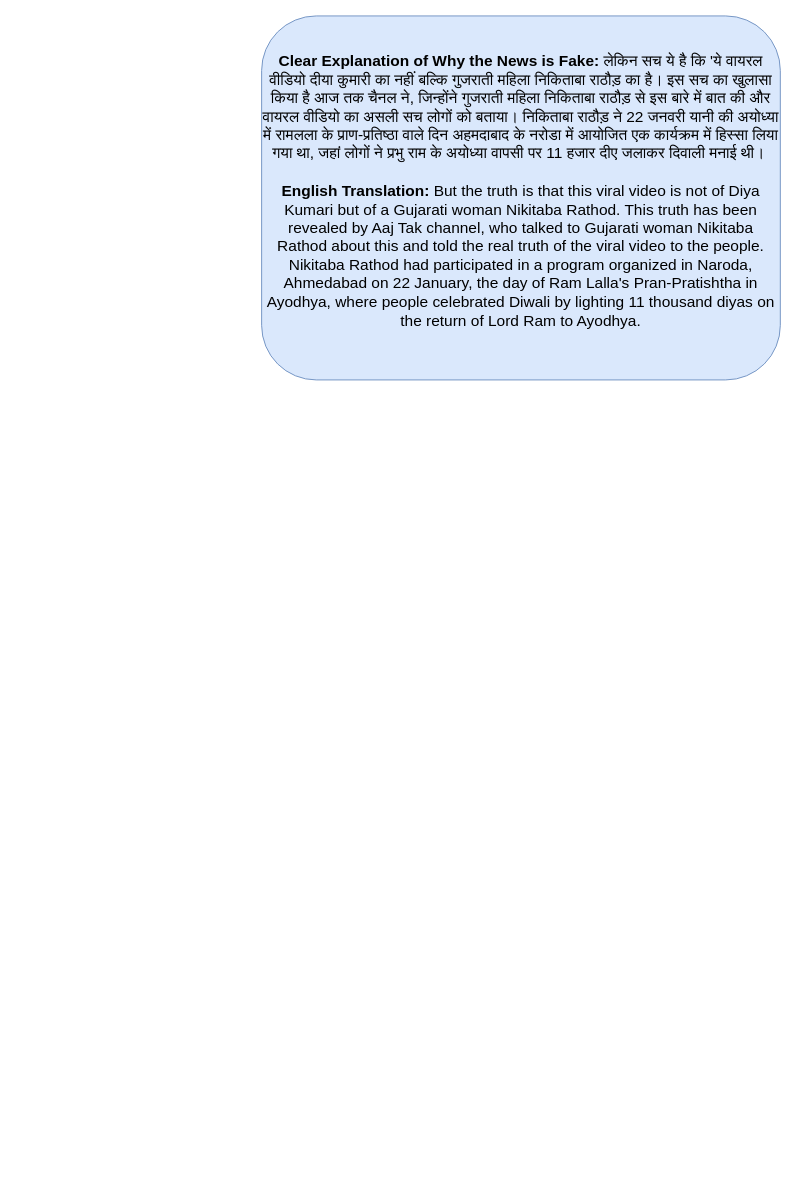
The draw.io diagram page "Copy of Page-2" (4 of 8) of HINDI-DPO.drawio in pulkit48/VQA, before the edit. Source tidied: cells renumbered, new cells numbered last; positions are measured from the earlier drawing's top-left corner, leaving out a move shared by most shapes. Both pictures are drawn from the tidied source at 91%, with x=0, y=0 at pixel (261, 15).
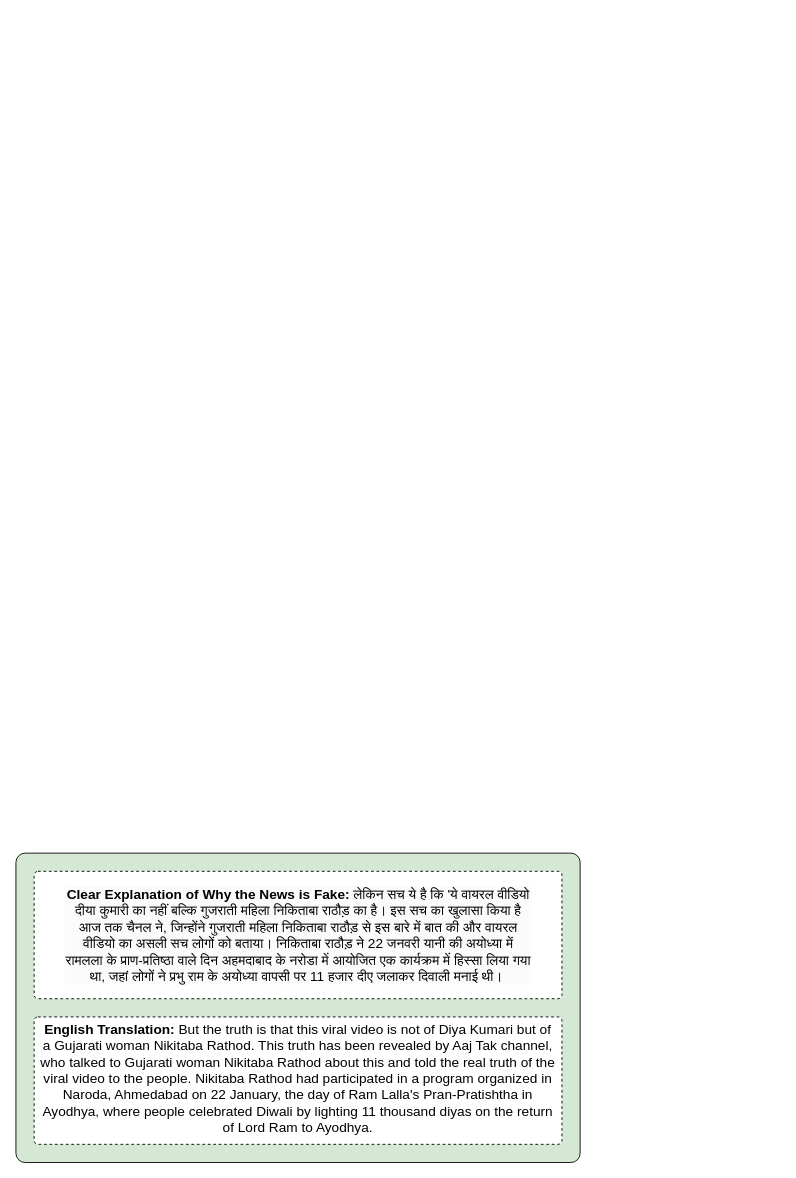
The same page after the edit.

Change to the diagram source:
```diff
@@
 <mxGraphModel>
   <root>
     <mxCell id="0" />
     <mxCell id="1" parent="0" />
-    <mxCell id="2" value="&lt;div&gt;&lt;span style=&quot;background-color: initial; font-size: 17px;&quot;&gt;&lt;b&gt;Clear Explanation of Why the News is Fake:&amp;nbsp;&lt;/b&gt;&lt;/span&gt;&lt;span style=&quot;font-size: 17px; background-color: initial;&quot;&gt;लेकिन सच ये है कि 'ये वायरल वीडियो दीया कुमारी का नहीं बल्कि गुजराती महिला निकिताबा राठौड़ का है। इस सच का खुलासा किया है आज तक चैनल ने, जिन्होंने गुजराती महिला निकिताबा राठौड़ से इस बारे में बात की और वायरल वीडियो का असली सच लोगों को बताया। निकिताबा राठौड़ ने 22 जनवरी यानी की अयोध्या में रामलला के प्राण-प्रतिष्ठा वाले दिन अहमदाबाद के नरोडा में आयोजित एक कार्यक्रम में हिस्सा लिया गया था, जहां लोगों ने प्रभु राम के अयोध्या वापसी पर 11 हजार दीए जलाकर दिवाली मनाई थी।&amp;nbsp;&lt;/span&gt;&lt;/div&gt;&lt;div&gt;&lt;span style=&quot;font-size: 17px; background-color: initial;&quot;&gt;&lt;br&gt;&lt;/span&gt;&lt;/div&gt;&lt;div&gt;&lt;span style=&quot;font-size: 17px; background-color: initial;&quot;&gt;&lt;b&gt;English Translation:&amp;nbsp;&lt;/b&gt;&lt;/span&gt;&lt;span style=&quot;background-color: initial; font-size: 17px;&quot;&gt;But the truth is that this viral video is not of Diya Kumari but of a Gujarati woman Nikitaba Rathod. This truth has been revealed by Aaj Tak channel, who talked to Gujarati woman Nikitaba Rathod about this and told the real truth of the viral video to the people. Nikitaba Rathod had participated in a program organized in Naroda, Ahmedabad on 22 January, the day of Ram Lalla's Pran-Pratishtha in Ayodhya, where people celebrated Diwali by lighting 11 thousand diyas on the return of Lord Ram to Ayodhya.&lt;/span&gt;&lt;/div&gt;&lt;div&gt;&lt;br&gt;&lt;/div&gt;" style="rounded=1;whiteSpace=wrap;html=1;fillColor=#dae8fc;strokeColor=#6c8ebf;" parent="1" vertex="1">
-      <mxGeometry width="570" height="400" as="geometry" />
-    </mxCell>
+    <mxCell id="3" style="rounded=1;whiteSpace=wrap;html=1;arcSize=3;fillColor=#d5e8d4;strokeColor=#080808;strokeOpacity=100;" parent="1" vertex="1">
+      <mxGeometry x="-270" y="920" width="620" height="340" as="geometry" />
+    </mxCell>
+    <mxCell id="4" style="rounded=1;whiteSpace=wrap;html=1;arcSize=3;dashed=1;strokeOpacity=100;" parent="1" vertex="1">
+      <mxGeometry x="-250" y="940" width="580" height="140" as="geometry" />
+    </mxCell>
+    <mxCell id="5" style="rounded=1;whiteSpace=wrap;html=1;arcSize=3;dashed=1;" parent="1" vertex="1">
+      <mxGeometry x="-250" y="1100" width="580" height="140" as="geometry" />
+    </mxCell>
+    <mxCell id="6" value="&#10;&lt;div style=&quot;forced-color-adjust: none; color: rgb(0, 0, 0); font-family: Helvetica; font-size: 12px; font-style: normal; font-variant-ligatures: normal; font-variant-caps: normal; font-weight: 400; letter-spacing: normal; orphans: 2; text-align: center; text-indent: 0px; text-transform: none; widows: 2; word-spacing: 0px; -webkit-text-stroke-width: 0px; white-space: normal; background-color: rgb(251, 251, 251); text-decoration-thickness: initial; text-decoration-style: initial; text-decoration-color: initial;&quot;&gt;&lt;font style=&quot;forced-color-adjust: none; font-size: 15px;&quot;&gt;&lt;span style=&quot;forced-color-adjust: none; background-color: initial;&quot;&gt;&lt;b style=&quot;forced-color-adjust: none;&quot;&gt;Clear Explanation of Why the News is Fake:&amp;nbsp;&lt;/b&gt;&lt;/span&gt;&lt;span style=&quot;forced-color-adjust: none; background-color: initial;&quot;&gt;लेकिन सच ये है कि 'ये वायरल वीडियो दीया कुमारी का नहीं बल्कि गुजराती महिला निकिताबा राठौड़ का है। इस सच का खुलासा किया है आज तक चैनल ने, जिन्होंने गुजराती महिला निकिताबा राठौड़ से इस बारे में बात की और वायरल वीडियो का असली सच लोगों को बताया। निकिताबा राठौड़ ने 22 जनवरी यानी की अयोध्या में रामलला के प्राण-प्रतिष्ठा वाले दिन अहमदाबाद के नरोडा में आयोजित एक कार्यक्रम में हिस्सा लिया गया था, जहां लोगों ने प्रभु राम के अयोध्या वापसी पर 11 हजार दीए जलाकर दिवाली मनाई थी।&amp;nbsp;&lt;/span&gt;&lt;/font&gt;&lt;/div&gt;&lt;br class=&quot;Apple-interchange-newline&quot;&gt;&#10;&#10;" style="text;html=1;align=center;verticalAlign=middle;whiteSpace=wrap;rounded=0;" parent="1" vertex="1">
+      <mxGeometry x="-217.5" y="990" width="515" height="70" as="geometry" />
+    </mxCell>
+    <mxCell id="7" value="&lt;div&gt;&lt;font style=&quot;font-size: 15px;&quot;&gt;&lt;span style=&quot;background-color: initial;&quot;&gt;&lt;b&gt;English Translation:&amp;nbsp;&lt;/b&gt;&lt;/span&gt;&lt;span style=&quot;background-color: initial;&quot;&gt;But the truth is that this viral video is not of Diya Kumari but of a Gujarati woman Nikitaba Rathod. This truth has been revealed by Aaj Tak channel, who talked to Gujarati woman Nikitaba Rathod about this and told the real truth of the viral video to the people. Nikitaba Rathod had participated in a program organized in Naroda, Ahmedabad on 22 January, the day of Ram Lalla's Pran-Pratishtha in Ayodhya, where people celebrated Diwali by lighting 11 thousand diyas on the return of Lord Ram to Ayodhya.&lt;/span&gt;&lt;/font&gt;&lt;/div&gt;&lt;div&gt;&lt;br&gt;&lt;/div&gt;" style="text;html=1;align=center;verticalAlign=middle;whiteSpace=wrap;rounded=0;" parent="1" vertex="1">
+      <mxGeometry x="-245" y="1160" width="570" height="30" as="geometry" />
+    </mxCell>
   </root>
 </mxGraphModel>
```
